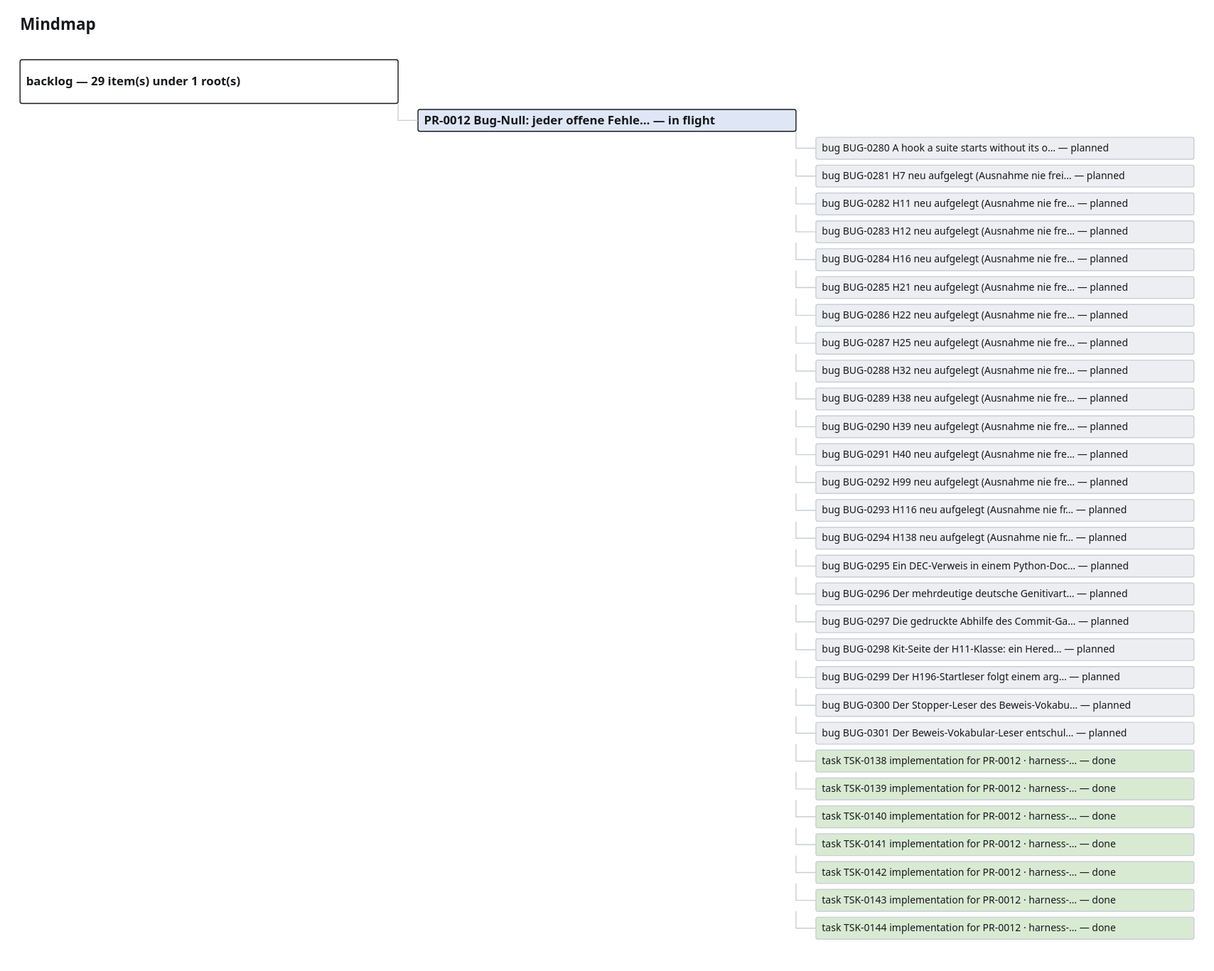
Earlier version of the draw.io export project_memory/generated/mindmap.drawio.svg (GiaZenX/harness). Source tidied: cells renumbered, new cells last; positions are measured from the earlier drawing's top-left corner, leaving out a move shared by most shapes.
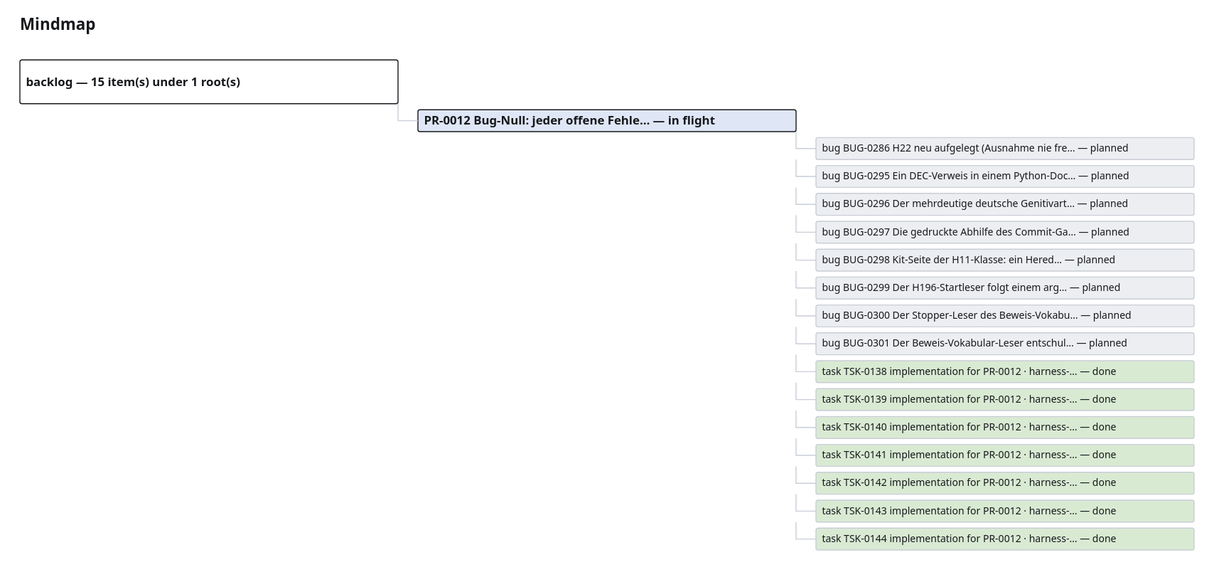
Above is the later version.

Diff of the diagram source:
```diff
@@ -5,7 +5,7 @@
     <mxCell id="2" value="Mindmap" style="text;html=1;fontSize=16;fontStyle=1;" parent="1" vertex="1">
       <mxGeometry width="300" height="20" as="geometry" />
     </mxCell>
-    <mxCell id="3" value="backlog — 29 item(s) under 1 root(s)" style="rounded=1;whiteSpace=wrap;html=1;fillColor=#ffffff;strokeColor=#16181c;fontSize=12;fontStyle=1;" parent="1" vertex="1">
+    <mxCell id="3" value="backlog — 15 item(s) under 1 root(s)" style="rounded=1;whiteSpace=wrap;html=1;fillColor=#ffffff;strokeColor=#16181c;fontSize=12;fontStyle=1;" parent="1" vertex="1">
       <mxGeometry y="44" width="380" height="44" as="geometry" />
     </mxCell>
     <mxCell id="4" value="PR-0012 Bug-Null: jeder offene Fehle… — in flight" style="rounded=1;whiteSpace=wrap;html=1;fillColor=#dfe6f5;strokeColor=#16181c;fontSize=12;fontStyle=1;" parent="1" vertex="1">
@@ -14,179 +14,95 @@
     <mxCell id="5" style="edgeStyle=orthogonalEdgeStyle;endArrow=none;strokeColor=#c9ced6;" parent="1" edge="1" source="3" target="4">
       <mxGeometry relative="1" as="geometry" />
     </mxCell>
-    <mxCell id="6" value="bug BUG-0280 A hook a suite starts without its o… — planned" style="rounded=1;whiteSpace=wrap;html=1;fillColor=#eceef1;strokeColor=#c9ced6;fontSize=10;" parent="1" vertex="1">
+    <mxCell id="6" value="bug BUG-0286 H22 neu aufgelegt (Ausnahme nie fre… — planned" style="rounded=1;whiteSpace=wrap;html=1;fillColor=#eceef1;strokeColor=#c9ced6;fontSize=10;" parent="1" vertex="1">
       <mxGeometry x="800" y="122" width="380" height="22" as="geometry" />
     </mxCell>
     <mxCell id="7" style="edgeStyle=orthogonalEdgeStyle;endArrow=none;strokeColor=#c9ced6;" parent="1" edge="1" source="4" target="6">
       <mxGeometry relative="1" as="geometry" />
     </mxCell>
-    <mxCell id="8" value="bug BUG-0281 H7 neu aufgelegt (Ausnahme nie frei… — planned" style="rounded=1;whiteSpace=wrap;html=1;fillColor=#eceef1;strokeColor=#c9ced6;fontSize=10;" parent="1" vertex="1">
+    <mxCell id="8" value="bug BUG-0295 Ein DEC-Verweis in einem Python-Doc… — planned" style="rounded=1;whiteSpace=wrap;html=1;fillColor=#eceef1;strokeColor=#c9ced6;fontSize=10;" parent="1" vertex="1">
       <mxGeometry x="800" y="150" width="380" height="22" as="geometry" />
     </mxCell>
     <mxCell id="9" style="edgeStyle=orthogonalEdgeStyle;endArrow=none;strokeColor=#c9ced6;" parent="1" edge="1" source="4" target="8">
       <mxGeometry relative="1" as="geometry" />
     </mxCell>
-    <mxCell id="10" value="bug BUG-0282 H11 neu aufgelegt (Ausnahme nie fre… — planned" style="rounded=1;whiteSpace=wrap;html=1;fillColor=#eceef1;strokeColor=#c9ced6;fontSize=10;" parent="1" vertex="1">
+    <mxCell id="10" value="bug BUG-0296 Der mehrdeutige deutsche Genitivart… — planned" style="rounded=1;whiteSpace=wrap;html=1;fillColor=#eceef1;strokeColor=#c9ced6;fontSize=10;" parent="1" vertex="1">
       <mxGeometry x="800" y="178" width="380" height="22" as="geometry" />
     </mxCell>
     <mxCell id="11" style="edgeStyle=orthogonalEdgeStyle;endArrow=none;strokeColor=#c9ced6;" parent="1" edge="1" source="4" target="10">
       <mxGeometry relative="1" as="geometry" />
     </mxCell>
-    <mxCell id="12" value="bug BUG-0283 H12 neu aufgelegt (Ausnahme nie fre… — planned" style="rounded=1;whiteSpace=wrap;html=1;fillColor=#eceef1;strokeColor=#c9ced6;fontSize=10;" parent="1" vertex="1">
+    <mxCell id="12" value="bug BUG-0297 Die gedruckte Abhilfe des Commit-Ga… — planned" style="rounded=1;whiteSpace=wrap;html=1;fillColor=#eceef1;strokeColor=#c9ced6;fontSize=10;" parent="1" vertex="1">
       <mxGeometry x="800" y="206" width="380" height="22" as="geometry" />
     </mxCell>
     <mxCell id="13" style="edgeStyle=orthogonalEdgeStyle;endArrow=none;strokeColor=#c9ced6;" parent="1" edge="1" source="4" target="12">
       <mxGeometry relative="1" as="geometry" />
     </mxCell>
-    <mxCell id="14" value="bug BUG-0284 H16 neu aufgelegt (Ausnahme nie fre… — planned" style="rounded=1;whiteSpace=wrap;html=1;fillColor=#eceef1;strokeColor=#c9ced6;fontSize=10;" parent="1" vertex="1">
+    <mxCell id="14" value="bug BUG-0298 Kit-Seite der H11-Klasse: ein Hered… — planned" style="rounded=1;whiteSpace=wrap;html=1;fillColor=#eceef1;strokeColor=#c9ced6;fontSize=10;" parent="1" vertex="1">
       <mxGeometry x="800" y="234" width="380" height="22" as="geometry" />
     </mxCell>
     <mxCell id="15" style="edgeStyle=orthogonalEdgeStyle;endArrow=none;strokeColor=#c9ced6;" parent="1" edge="1" source="4" target="14">
       <mxGeometry relative="1" as="geometry" />
     </mxCell>
-    <mxCell id="16" value="bug BUG-0285 H21 neu aufgelegt (Ausnahme nie fre… — planned" style="rounded=1;whiteSpace=wrap;html=1;fillColor=#eceef1;strokeColor=#c9ced6;fontSize=10;" parent="1" vertex="1">
+    <mxCell id="16" value="bug BUG-0299 Der H196-Startleser folgt einem arg… — planned" style="rounded=1;whiteSpace=wrap;html=1;fillColor=#eceef1;strokeColor=#c9ced6;fontSize=10;" parent="1" vertex="1">
       <mxGeometry x="800" y="262" width="380" height="22" as="geometry" />
     </mxCell>
     <mxCell id="17" style="edgeStyle=orthogonalEdgeStyle;endArrow=none;strokeColor=#c9ced6;" parent="1" edge="1" source="4" target="16">
       <mxGeometry relative="1" as="geometry" />
     </mxCell>
-    <mxCell id="18" value="bug BUG-0286 H22 neu aufgelegt (Ausnahme nie fre… — planned" style="rounded=1;whiteSpace=wrap;html=1;fillColor=#eceef1;strokeColor=#c9ced6;fontSize=10;" parent="1" vertex="1">
+    <mxCell id="18" value="bug BUG-0300 Der Stopper-Leser des Beweis-Vokabu… — planned" style="rounded=1;whiteSpace=wrap;html=1;fillColor=#eceef1;strokeColor=#c9ced6;fontSize=10;" parent="1" vertex="1">
       <mxGeometry x="800" y="290" width="380" height="22" as="geometry" />
     </mxCell>
     <mxCell id="19" style="edgeStyle=orthogonalEdgeStyle;endArrow=none;strokeColor=#c9ced6;" parent="1" edge="1" source="4" target="18">
       <mxGeometry relative="1" as="geometry" />
     </mxCell>
-    <mxCell id="20" value="bug BUG-0287 H25 neu aufgelegt (Ausnahme nie fre… — planned" style="rounded=1;whiteSpace=wrap;html=1;fillColor=#eceef1;strokeColor=#c9ced6;fontSize=10;" parent="1" vertex="1">
+    <mxCell id="20" value="bug BUG-0301 Der Beweis-Vokabular-Leser entschul… — planned" style="rounded=1;whiteSpace=wrap;html=1;fillColor=#eceef1;strokeColor=#c9ced6;fontSize=10;" parent="1" vertex="1">
       <mxGeometry x="800" y="318" width="380" height="22" as="geometry" />
     </mxCell>
     <mxCell id="21" style="edgeStyle=orthogonalEdgeStyle;endArrow=none;strokeColor=#c9ced6;" parent="1" edge="1" source="4" target="20">
       <mxGeometry relative="1" as="geometry" />
     </mxCell>
-    <mxCell id="22" value="bug BUG-0288 H32 neu aufgelegt (Ausnahme nie fre… — planned" style="rounded=1;whiteSpace=wrap;html=1;fillColor=#eceef1;strokeColor=#c9ced6;fontSize=10;" parent="1" vertex="1">
+    <mxCell id="22" value="task TSK-0138 implementation for PR-0012 · harness-… — done" style="rounded=1;whiteSpace=wrap;html=1;fillColor=#d9ead3;strokeColor=#c9ced6;fontSize=10;" parent="1" vertex="1">
       <mxGeometry x="800" y="346" width="380" height="22" as="geometry" />
     </mxCell>
     <mxCell id="23" style="edgeStyle=orthogonalEdgeStyle;endArrow=none;strokeColor=#c9ced6;" parent="1" edge="1" source="4" target="22">
       <mxGeometry relative="1" as="geometry" />
     </mxCell>
-    <mxCell id="24" value="bug BUG-0289 H38 neu aufgelegt (Ausnahme nie fre… — planned" style="rounded=1;whiteSpace=wrap;html=1;fillColor=#eceef1;strokeColor=#c9ced6;fontSize=10;" parent="1" vertex="1">
+    <mxCell id="24" value="task TSK-0139 implementation for PR-0012 · harness-… — done" style="rounded=1;whiteSpace=wrap;html=1;fillColor=#d9ead3;strokeColor=#c9ced6;fontSize=10;" parent="1" vertex="1">
       <mxGeometry x="800" y="374" width="380" height="22" as="geometry" />
     </mxCell>
     <mxCell id="25" style="edgeStyle=orthogonalEdgeStyle;endArrow=none;strokeColor=#c9ced6;" parent="1" edge="1" source="4" target="24">
       <mxGeometry relative="1" as="geometry" />
     </mxCell>
-    <mxCell id="26" value="bug BUG-0290 H39 neu aufgelegt (Ausnahme nie fre… — planned" style="rounded=1;whiteSpace=wrap;html=1;fillColor=#eceef1;strokeColor=#c9ced6;fontSize=10;" parent="1" vertex="1">
+    <mxCell id="26" value="task TSK-0140 implementation for PR-0012 · harness-… — done" style="rounded=1;whiteSpace=wrap;html=1;fillColor=#d9ead3;strokeColor=#c9ced6;fontSize=10;" parent="1" vertex="1">
       <mxGeometry x="800" y="402" width="380" height="22" as="geometry" />
     </mxCell>
     <mxCell id="27" style="edgeStyle=orthogonalEdgeStyle;endArrow=none;strokeColor=#c9ced6;" parent="1" edge="1" source="4" target="26">
       <mxGeometry relative="1" as="geometry" />
     </mxCell>
-    <mxCell id="28" value="bug BUG-0291 H40 neu aufgelegt (Ausnahme nie fre… — planned" style="rounded=1;whiteSpace=wrap;html=1;fillColor=#eceef1;strokeColor=#c9ced6;fontSize=10;" parent="1" vertex="1">
+    <mxCell id="28" value="task TSK-0141 implementation for PR-0012 · harness-… — done" style="rounded=1;whiteSpace=wrap;html=1;fillColor=#d9ead3;strokeColor=#c9ced6;fontSize=10;" parent="1" vertex="1">
       <mxGeometry x="800" y="430" width="380" height="22" as="geometry" />
     </mxCell>
     <mxCell id="29" style="edgeStyle=orthogonalEdgeStyle;endArrow=none;strokeColor=#c9ced6;" parent="1" edge="1" source="4" target="28">
       <mxGeometry relative="1" as="geometry" />
     </mxCell>
-    <mxCell id="30" value="bug BUG-0292 H99 neu aufgelegt (Ausnahme nie fre… — planned" style="rounded=1;whiteSpace=wrap;html=1;fillColor=#eceef1;strokeColor=#c9ced6;fontSize=10;" parent="1" vertex="1">
+    <mxCell id="30" value="task TSK-0142 implementation for PR-0012 · harness-… — done" style="rounded=1;whiteSpace=wrap;html=1;fillColor=#d9ead3;strokeColor=#c9ced6;fontSize=10;" parent="1" vertex="1">
       <mxGeometry x="800" y="458" width="380" height="22" as="geometry" />
     </mxCell>
     <mxCell id="31" style="edgeStyle=orthogonalEdgeStyle;endArrow=none;strokeColor=#c9ced6;" parent="1" edge="1" source="4" target="30">
       <mxGeometry relative="1" as="geometry" />
     </mxCell>
-    <mxCell id="32" value="bug BUG-0293 H116 neu aufgelegt (Ausnahme nie fr… — planned" style="rounded=1;whiteSpace=wrap;html=1;fillColor=#eceef1;strokeColor=#c9ced6;fontSize=10;" parent="1" vertex="1">
+    <mxCell id="32" value="task TSK-0143 implementation for PR-0012 · harness-… — done" style="rounded=1;whiteSpace=wrap;html=1;fillColor=#d9ead3;strokeColor=#c9ced6;fontSize=10;" parent="1" vertex="1">
       <mxGeometry x="800" y="486" width="380" height="22" as="geometry" />
     </mxCell>
     <mxCell id="33" style="edgeStyle=orthogonalEdgeStyle;endArrow=none;strokeColor=#c9ced6;" parent="1" edge="1" source="4" target="32">
       <mxGeometry relative="1" as="geometry" />
     </mxCell>
-    <mxCell id="34" value="bug BUG-0294 H138 neu aufgelegt (Ausnahme nie fr… — planned" style="rounded=1;whiteSpace=wrap;html=1;fillColor=#eceef1;strokeColor=#c9ced6;fontSize=10;" parent="1" vertex="1">
+    <mxCell id="34" value="task TSK-0144 implementation for PR-0012 · harness-… — done" style="rounded=1;whiteSpace=wrap;html=1;fillColor=#d9ead3;strokeColor=#c9ced6;fontSize=10;" parent="1" vertex="1">
       <mxGeometry x="800" y="514" width="380" height="22" as="geometry" />
     </mxCell>
     <mxCell id="35" style="edgeStyle=orthogonalEdgeStyle;endArrow=none;strokeColor=#c9ced6;" parent="1" edge="1" source="4" target="34">
       <mxGeometry relative="1" as="geometry" />
     </mxCell>
-    <mxCell id="36" value="bug BUG-0295 Ein DEC-Verweis in einem Python-Doc… — planned" style="rounded=1;whiteSpace=wrap;html=1;fillColor=#eceef1;strokeColor=#c9ced6;fontSize=10;" parent="1" vertex="1">
-      <mxGeometry x="800" y="542" width="380" height="22" as="geometry" />
-    </mxCell>
-    <mxCell id="37" style="edgeStyle=orthogonalEdgeStyle;endArrow=none;strokeColor=#c9ced6;" parent="1" edge="1" source="4" target="36">
-      <mxGeometry relative="1" as="geometry" />
-    </mxCell>
-    <mxCell id="38" value="bug BUG-0296 Der mehrdeutige deutsche Genitivart… — planned" style="rounded=1;whiteSpace=wrap;html=1;fillColor=#eceef1;strokeColor=#c9ced6;fontSize=10;" parent="1" vertex="1">
-      <mxGeometry x="800" y="570" width="380" height="22" as="geometry" />
-    </mxCell>
-    <mxCell id="39" style="edgeStyle=orthogonalEdgeStyle;endArrow=none;strokeColor=#c9ced6;" parent="1" edge="1" source="4" target="38">
-      <mxGeometry relative="1" as="geometry" />
-    </mxCell>
-    <mxCell id="40" value="bug BUG-0297 Die gedruckte Abhilfe des Commit-Ga… — planned" style="rounded=1;whiteSpace=wrap;html=1;fillColor=#eceef1;strokeColor=#c9ced6;fontSize=10;" parent="1" vertex="1">
-      <mxGeometry x="800" y="598" width="380" height="22" as="geometry" />
-    </mxCell>
-    <mxCell id="41" style="edgeStyle=orthogonalEdgeStyle;endArrow=none;strokeColor=#c9ced6;" parent="1" edge="1" source="4" target="40">
-      <mxGeometry relative="1" as="geometry" />
-    </mxCell>
-    <mxCell id="42" value="bug BUG-0298 Kit-Seite der H11-Klasse: ein Hered… — planned" style="rounded=1;whiteSpace=wrap;html=1;fillColor=#eceef1;strokeColor=#c9ced6;fontSize=10;" parent="1" vertex="1">
-      <mxGeometry x="800" y="626" width="380" height="22" as="geometry" />
-    </mxCell>
-    <mxCell id="43" style="edgeStyle=orthogonalEdgeStyle;endArrow=none;strokeColor=#c9ced6;" parent="1" edge="1" source="4" target="42">
-      <mxGeometry relative="1" as="geometry" />
-    </mxCell>
-    <mxCell id="44" value="bug BUG-0299 Der H196-Startleser folgt einem arg… — planned" style="rounded=1;whiteSpace=wrap;html=1;fillColor=#eceef1;strokeColor=#c9ced6;fontSize=10;" parent="1" vertex="1">
-      <mxGeometry x="800" y="654" width="380" height="22" as="geometry" />
-    </mxCell>
-    <mxCell id="45" style="edgeStyle=orthogonalEdgeStyle;endArrow=none;strokeColor=#c9ced6;" parent="1" edge="1" source="4" target="44">
-      <mxGeometry relative="1" as="geometry" />
-    </mxCell>
-    <mxCell id="46" value="bug BUG-0300 Der Stopper-Leser des Beweis-Vokabu… — planned" style="rounded=1;whiteSpace=wrap;html=1;fillColor=#eceef1;strokeColor=#c9ced6;fontSize=10;" parent="1" vertex="1">
-      <mxGeometry x="800" y="682" width="380" height="22" as="geometry" />
-    </mxCell>
-    <mxCell id="47" style="edgeStyle=orthogonalEdgeStyle;endArrow=none;strokeColor=#c9ced6;" parent="1" edge="1" source="4" target="46">
-      <mxGeometry relative="1" as="geometry" />
-    </mxCell>
-    <mxCell id="48" value="bug BUG-0301 Der Beweis-Vokabular-Leser entschul… — planned" style="rounded=1;whiteSpace=wrap;html=1;fillColor=#eceef1;strokeColor=#c9ced6;fontSize=10;" parent="1" vertex="1">
-      <mxGeometry x="800" y="710" width="380" height="22" as="geometry" />
-    </mxCell>
-    <mxCell id="49" style="edgeStyle=orthogonalEdgeStyle;endArrow=none;strokeColor=#c9ced6;" parent="1" edge="1" source="4" target="48">
-      <mxGeometry relative="1" as="geometry" />
-    </mxCell>
-    <mxCell id="50" value="task TSK-0138 implementation for PR-0012 · harness-… — done" style="rounded=1;whiteSpace=wrap;html=1;fillColor=#d9ead3;strokeColor=#c9ced6;fontSize=10;" parent="1" vertex="1">
-      <mxGeometry x="800" y="738" width="380" height="22" as="geometry" />
-    </mxCell>
-    <mxCell id="51" style="edgeStyle=orthogonalEdgeStyle;endArrow=none;strokeColor=#c9ced6;" parent="1" edge="1" source="4" target="50">
-      <mxGeometry relative="1" as="geometry" />
-    </mxCell>
-    <mxCell id="52" value="task TSK-0139 implementation for PR-0012 · harness-… — done" style="rounded=1;whiteSpace=wrap;html=1;fillColor=#d9ead3;strokeColor=#c9ced6;fontSize=10;" parent="1" vertex="1">
-      <mxGeometry x="800" y="766" width="380" height="22" as="geometry" />
-    </mxCell>
-    <mxCell id="53" style="edgeStyle=orthogonalEdgeStyle;endArrow=none;strokeColor=#c9ced6;" parent="1" edge="1" source="4" target="52">
-      <mxGeometry relative="1" as="geometry" />
-    </mxCell>
-    <mxCell id="54" value="task TSK-0140 implementation for PR-0012 · harness-… — done" style="rounded=1;whiteSpace=wrap;html=1;fillColor=#d9ead3;strokeColor=#c9ced6;fontSize=10;" parent="1" vertex="1">
-      <mxGeometry x="800" y="794" width="380" height="22" as="geometry" />
-    </mxCell>
-    <mxCell id="55" style="edgeStyle=orthogonalEdgeStyle;endArrow=none;strokeColor=#c9ced6;" parent="1" edge="1" source="4" target="54">
-      <mxGeometry relative="1" as="geometry" />
-    </mxCell>
-    <mxCell id="56" value="task TSK-0141 implementation for PR-0012 · harness-… — done" style="rounded=1;whiteSpace=wrap;html=1;fillColor=#d9ead3;strokeColor=#c9ced6;fontSize=10;" parent="1" vertex="1">
-      <mxGeometry x="800" y="822" width="380" height="22" as="geometry" />
-    </mxCell>
-    <mxCell id="57" style="edgeStyle=orthogonalEdgeStyle;endArrow=none;strokeColor=#c9ced6;" parent="1" edge="1" source="4" target="56">
-      <mxGeometry relative="1" as="geometry" />
-    </mxCell>
-    <mxCell id="58" value="task TSK-0142 implementation for PR-0012 · harness-… — done" style="rounded=1;whiteSpace=wrap;html=1;fillColor=#d9ead3;strokeColor=#c9ced6;fontSize=10;" parent="1" vertex="1">
-      <mxGeometry x="800" y="850" width="380" height="22" as="geometry" />
-    </mxCell>
-    <mxCell id="59" style="edgeStyle=orthogonalEdgeStyle;endArrow=none;strokeColor=#c9ced6;" parent="1" edge="1" source="4" target="58">
-      <mxGeometry relative="1" as="geometry" />
-    </mxCell>
-    <mxCell id="60" value="task TSK-0143 implementation for PR-0012 · harness-… — done" style="rounded=1;whiteSpace=wrap;html=1;fillColor=#d9ead3;strokeColor=#c9ced6;fontSize=10;" parent="1" vertex="1">
-      <mxGeometry x="800" y="878" width="380" height="22" as="geometry" />
-    </mxCell>
-    <mxCell id="61" style="edgeStyle=orthogonalEdgeStyle;endArrow=none;strokeColor=#c9ced6;" parent="1" edge="1" source="4" target="60">
-      <mxGeometry relative="1" as="geometry" />
-    </mxCell>
-    <mxCell id="62" value="task TSK-0144 implementation for PR-0012 · harness-… — done" style="rounded=1;whiteSpace=wrap;html=1;fillColor=#d9ead3;strokeColor=#c9ced6;fontSize=10;" parent="1" vertex="1">
-      <mxGeometry x="800" y="906" width="380" height="22" as="geometry" />
-    </mxCell>
-    <mxCell id="63" style="edgeStyle=orthogonalEdgeStyle;endArrow=none;strokeColor=#c9ced6;" parent="1" edge="1" source="4" target="62">
-      <mxGeometry relative="1" as="geometry" />
-    </mxCell>
   </root>
 </mxGraphModel>
```
